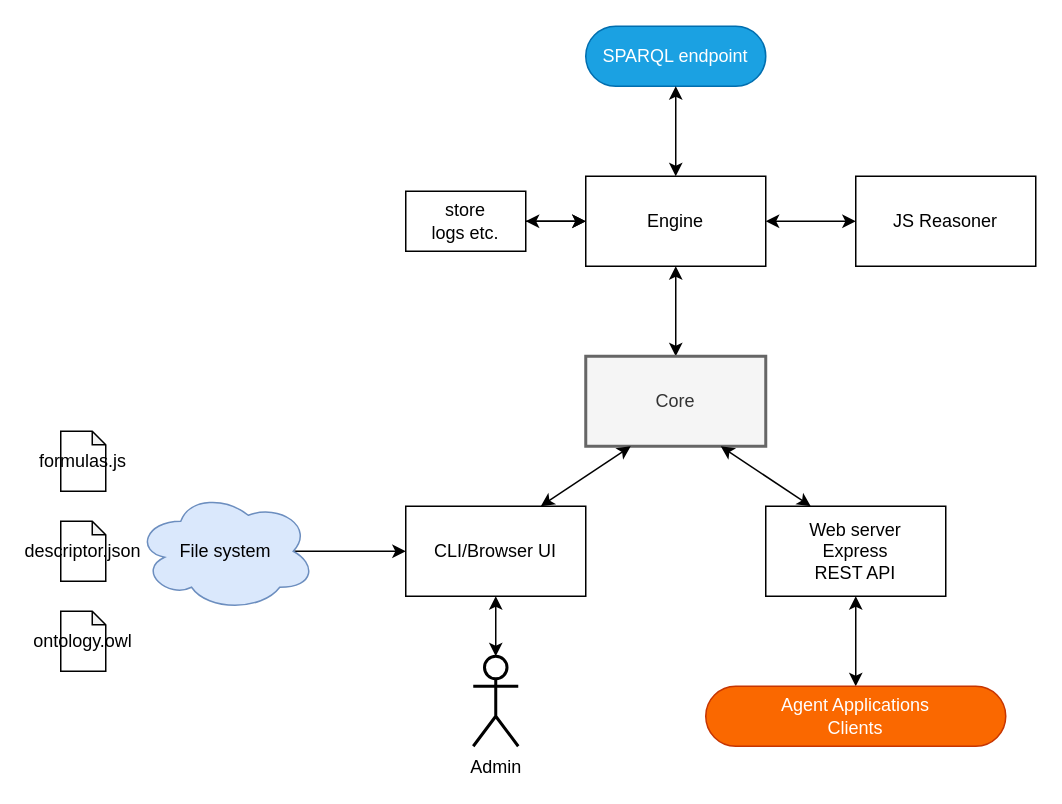
Above: page "ontonet-server" (1 of 2) of docs/System-Architecture.drawio in valooford/OntoNet-CPN (draw.io), before the change. Source tidied: cells renumbered, new cells numbered last; positions are measured from the earlier drawing's top-left corner, leaving out a move shared by most shapes. Both pictures are drawn from the tidied source at 150%, with x=0, y=0 at pixel (60, 26).
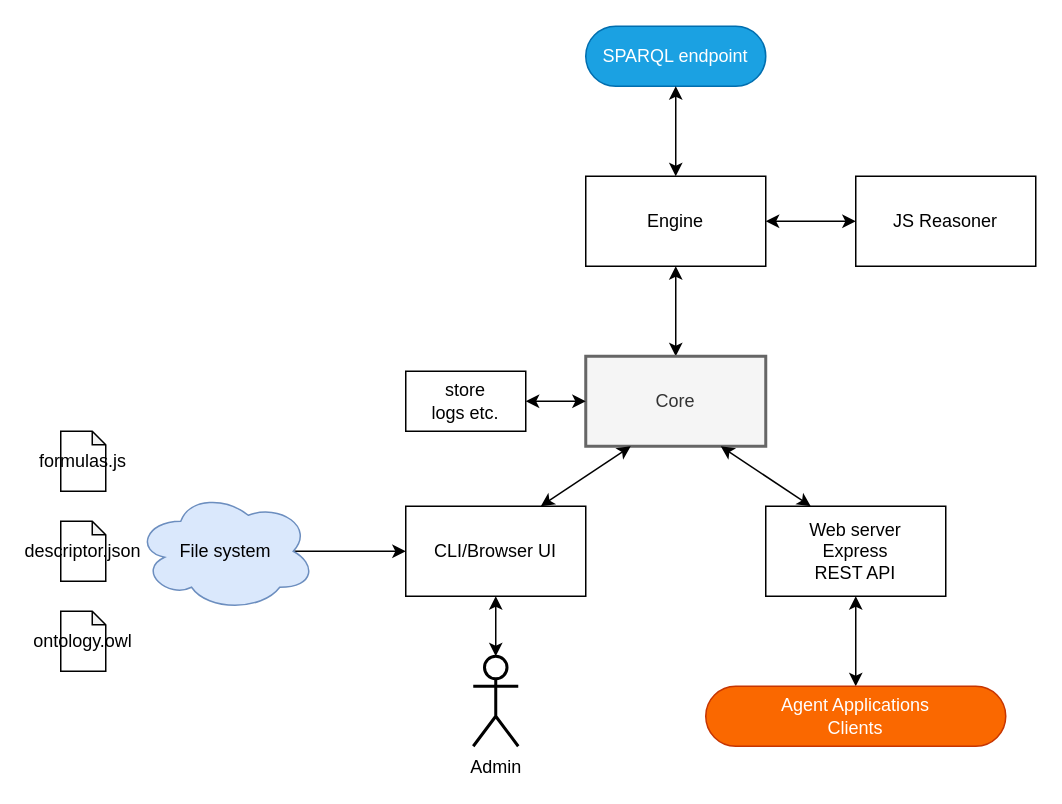
After the change.

The change refers to these unchanged cells:
```xml
<mxCell id="3" value="Core" style="rounded=0;whiteSpace=wrap;html=1;fillColor=#f5f5f5;strokeColor=#666666;fontColor=#333333;strokeWidth=2;" parent="1" vertex="1">
  <mxGeometry x="350" y="220" width="120" height="60" as="geometry" />
</mxCell>
<mxCell id="20" value="Engine" style="rounded=0;whiteSpace=wrap;html=1;" parent="1" vertex="1">
  <mxGeometry x="350" y="100" width="120" height="60" as="geometry" />
</mxCell>
```

Diff of the diagram source:
```diff
@@
-    <mxCell id="22" style="edgeStyle=orthogonalEdgeStyle;rounded=0;jettySize=auto;html=1;exitX=1;exitY=0.5;exitDx=0;exitDy=0;entryX=0;entryY=0.5;entryDx=0;entryDy=0;" parent="1" edge="1" source="24" target="20">
-      <mxGeometry relative="1" as="geometry" />
-    </mxCell>
-    <mxCell id="23" style="edgeStyle=orthogonalEdgeStyle;rounded=0;jettySize=auto;html=1;startArrow=classic;startFill=1;" parent="1" edge="1" source="24" target="20">
-      <mxGeometry relative="1" as="geometry" />
-    </mxCell>
+    <mxCell id="25" style="edgeStyle=orthogonalEdgeStyle;rounded=0;jettySize=auto;html=1;exitX=1;exitY=0.5;exitDx=0;exitDy=0;entryX=0;entryY=0.5;entryDx=0;entryDy=0;startArrow=classic;startFill=1;" parent="1" edge="1" source="24" target="3">
+      <mxGeometry relative="1" as="geometry" />
+    </mxCell>
     <mxCell id="24" value="store&lt;br&gt;logs etc." style="rounded=0;whiteSpace=wrap;html=1;" parent="1" vertex="1">
-      <mxGeometry x="230" y="110" width="80" height="40" as="geometry" />
+      <mxGeometry x="230" y="230" width="80" height="40" as="geometry" />
     </mxCell>
```
